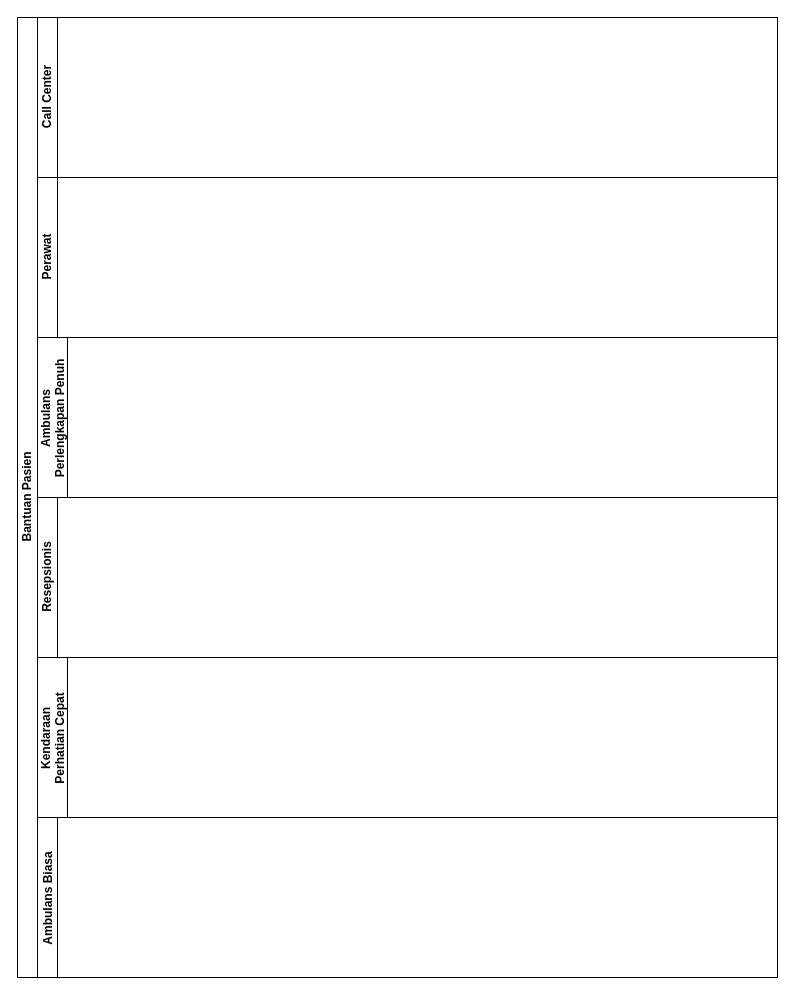
Before: Tugas/BPMN8.drawio in kucingtakucin/Proses-Bisnis-dan-SIM, a draw.io diagram. Source tidied: cells renumbered, new cells numbered last; positions are measured from the earlier drawing's top-left corner, leaving out a move shared by most shapes. Both pictures are drawn from the tidied source at 100%, with x=0, y=0 at pixel (17, 17).
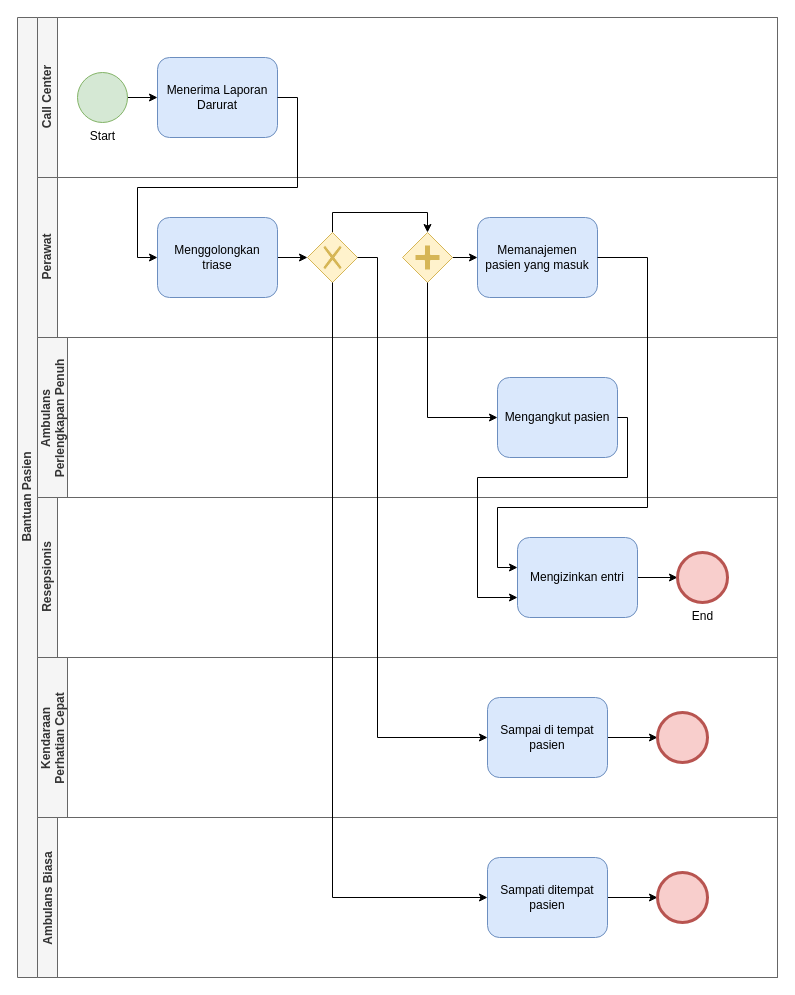
After the change.

Diff of the diagram source:
```diff
@@
-    <mxCell id="2" value="Bantuan Pasien" style="swimlane;html=1;horizontal=0;startSize=20;" parent="1" vertex="1">
+    <mxCell id="2" value="Bantuan Pasien" style="swimlane;html=1;horizontal=0;startSize=20;fillColor=#f5f5f5;strokeColor=#666666;fontColor=#333333;" parent="1" vertex="1">
       <mxGeometry width="760" height="960" as="geometry" />
     </mxCell>
-    <mxCell id="3" value="Call Center" style="swimlane;html=1;startSize=20;horizontal=0;" parent="2" vertex="1">
+    <mxCell id="3" value="Call Center" style="swimlane;html=1;startSize=20;horizontal=0;fillColor=#f5f5f5;strokeColor=#666666;fontColor=#333333;" parent="2" vertex="1">
       <mxGeometry x="20" width="740" height="160" as="geometry" />
     </mxCell>
+    <mxCell id="9" style="edgeStyle=orthogonalEdgeStyle;rounded=0;jettySize=auto;html=1;" parent="3" edge="1" source="10" target="11">
+      <mxGeometry relative="1" as="geometry" />
+    </mxCell>
+    <mxCell id="10" value="Start" style="shape=mxgraph.bpmn.shape;html=1;verticalLabelPosition=bottom;labelBackgroundColor=#ffffff;verticalAlign=top;align=center;perimeter=ellipsePerimeter;outlineConnect=0;outline=standard;symbol=general;fillColor=#d5e8d4;strokeColor=#82b366;" parent="3" vertex="1">
+      <mxGeometry x="40" y="55" width="50" height="50" as="geometry" />
+    </mxCell>
+    <mxCell id="11" value="Menerima Laporan Darurat" style="shape=ext;rounded=1;html=1;whiteSpace=wrap;fillColor=#dae8fc;strokeColor=#6c8ebf;" parent="3" vertex="1">
+      <mxGeometry x="120" y="40" width="120" height="80" as="geometry" />
+    </mxCell>
-    <mxCell id="4" value="Perawat" style="swimlane;html=1;startSize=20;horizontal=0;" parent="2" vertex="1">
+    <mxCell id="4" value="Perawat" style="swimlane;html=1;startSize=20;horizontal=0;fillColor=#f5f5f5;strokeColor=#666666;fontColor=#333333;" parent="2" vertex="1">
       <mxGeometry x="20" y="160" width="740" height="160" as="geometry" />
     </mxCell>
+    <mxCell id="12" style="edgeStyle=orthogonalEdgeStyle;rounded=0;jettySize=auto;html=1;" parent="4" edge="1" source="13" target="15">
+      <mxGeometry relative="1" as="geometry" />
+    </mxCell>
+    <mxCell id="13" value="Menggolongkan triase" style="shape=ext;rounded=1;html=1;whiteSpace=wrap;fillColor=#dae8fc;strokeColor=#6c8ebf;" parent="4" vertex="1">
+      <mxGeometry x="120" y="40" width="120" height="80" as="geometry" />
+    </mxCell>
+    <mxCell id="14" style="edgeStyle=orthogonalEdgeStyle;rounded=0;jettySize=auto;html=1;exitX=0.5;exitY=0;exitDx=0;exitDy=0;entryX=0.5;entryY=0;entryDx=0;entryDy=0;" parent="4" edge="1" source="15" target="17">
+      <mxGeometry relative="1" as="geometry" />
+    </mxCell>
+    <mxCell id="15" style="shape=mxgraph.bpmn.shape;html=1;verticalLabelPosition=bottom;labelBackgroundColor=#ffffff;verticalAlign=top;align=center;perimeter=rhombusPerimeter;background=gateway;outlineConnect=0;outline=none;symbol=exclusiveGw;fillColor=#fff2cc;strokeColor=#d6b656;" parent="4" vertex="1">
+      <mxGeometry x="270" y="55" width="50" height="50" as="geometry" />
+    </mxCell>
+    <mxCell id="16" style="edgeStyle=orthogonalEdgeStyle;rounded=0;jettySize=auto;html=1;" parent="4" edge="1" source="17" target="18">
+      <mxGeometry relative="1" as="geometry" />
+    </mxCell>
+    <mxCell id="17" style="shape=mxgraph.bpmn.shape;html=1;verticalLabelPosition=bottom;labelBackgroundColor=#ffffff;verticalAlign=top;align=center;perimeter=rhombusPerimeter;background=gateway;outlineConnect=0;outline=none;symbol=parallelGw;fillColor=#fff2cc;strokeColor=#d6b656;" parent="4" vertex="1">
+      <mxGeometry x="365" y="55" width="50" height="50" as="geometry" />
+    </mxCell>
+    <mxCell id="18" value="Memanajemen pasien yang masuk" style="shape=ext;rounded=1;html=1;whiteSpace=wrap;fillColor=#dae8fc;strokeColor=#6c8ebf;" parent="4" vertex="1">
+      <mxGeometry x="440" y="40" width="120" height="80" as="geometry" />
+    </mxCell>
-    <mxCell id="5" value="Ambulans&#10;Perlengkapan Penuh" style="swimlane;startSize=30;horizontal=0;" parent="2" vertex="1">
+    <mxCell id="5" value="Ambulans&#10;Perlengkapan Penuh" style="swimlane;startSize=30;horizontal=0;fillColor=#f5f5f5;strokeColor=#666666;fontColor=#333333;" parent="2" vertex="1">
       <mxGeometry x="20" y="320" width="740" height="160" as="geometry" />
     </mxCell>
+    <mxCell id="19" value="Mengangkut pasien" style="shape=ext;rounded=1;html=1;whiteSpace=wrap;fillColor=#dae8fc;strokeColor=#6c8ebf;" parent="5" vertex="1">
+      <mxGeometry x="460" y="40" width="120" height="80" as="geometry" />
+    </mxCell>
-    <mxCell id="6" value="Resepsionis" style="swimlane;html=1;startSize=20;horizontal=0;" parent="2" vertex="1">
+    <mxCell id="6" value="Resepsionis" style="swimlane;html=1;startSize=20;horizontal=0;fillColor=#f5f5f5;strokeColor=#666666;fontColor=#333333;" parent="2" vertex="1">
       <mxGeometry x="20" y="480" width="740" height="160" as="geometry" />
     </mxCell>
+    <mxCell id="20" style="edgeStyle=orthogonalEdgeStyle;rounded=0;jettySize=auto;html=1;" parent="6" edge="1" source="21" target="22">
+      <mxGeometry relative="1" as="geometry" />
+    </mxCell>
+    <mxCell id="21" value="Mengizinkan entri" style="shape=ext;rounded=1;html=1;whiteSpace=wrap;fillColor=#dae8fc;strokeColor=#6c8ebf;" parent="6" vertex="1">
+      <mxGeometry x="480" y="40" width="120" height="80" as="geometry" />
+    </mxCell>
+    <mxCell id="22" value="End" style="shape=mxgraph.bpmn.shape;html=1;verticalLabelPosition=bottom;labelBackgroundColor=#ffffff;verticalAlign=top;align=center;perimeter=ellipsePerimeter;outlineConnect=0;outline=end;symbol=general;fillColor=#f8cecc;strokeColor=#b85450;" parent="6" vertex="1">
+      <mxGeometry x="640" y="55" width="50" height="50" as="geometry" />
+    </mxCell>
-    <mxCell id="7" value="Kendaraan&#10;Perhatian Cepat" style="swimlane;startSize=30;horizontal=0;" parent="2" vertex="1">
+    <mxCell id="7" value="Kendaraan&#10;Perhatian Cepat" style="swimlane;startSize=30;horizontal=0;fillColor=#f5f5f5;strokeColor=#666666;fontColor=#333333;" parent="2" vertex="1">
       <mxGeometry x="20" y="640" width="740" height="160" as="geometry" />
     </mxCell>
+    <mxCell id="23" style="edgeStyle=orthogonalEdgeStyle;rounded=0;jettySize=auto;html=1;" parent="7" edge="1" source="24" target="25">
+      <mxGeometry relative="1" as="geometry" />
+    </mxCell>
+    <mxCell id="24" value="Sampai di tempat pasien" style="shape=ext;rounded=1;html=1;whiteSpace=wrap;fillColor=#dae8fc;strokeColor=#6c8ebf;" parent="7" vertex="1">
+      <mxGeometry x="450" y="40" width="120" height="80" as="geometry" />
+    </mxCell>
+    <mxCell id="25" style="shape=mxgraph.bpmn.shape;html=1;verticalLabelPosition=bottom;labelBackgroundColor=#ffffff;verticalAlign=top;align=center;perimeter=ellipsePerimeter;outlineConnect=0;outline=end;symbol=general;fillColor=#f8cecc;strokeColor=#b85450;" parent="7" vertex="1">
+      <mxGeometry x="620" y="55" width="50" height="50" as="geometry" />
+    </mxCell>
-    <mxCell id="8" value="Ambulans Biasa" style="swimlane;startSize=20;horizontal=0;" parent="2" vertex="1">
+    <mxCell id="8" value="Ambulans Biasa" style="swimlane;startSize=20;horizontal=0;fillColor=#f5f5f5;strokeColor=#666666;fontColor=#333333;" parent="2" vertex="1">
       <mxGeometry x="20" y="800" width="740" height="160" as="geometry" />
     </mxCell>
+    <mxCell id="26" style="edgeStyle=orthogonalEdgeStyle;rounded=0;jettySize=auto;html=1;" parent="8" edge="1" source="27" target="28">
+      <mxGeometry relative="1" as="geometry" />
+    </mxCell>
+    <mxCell id="27" value="Sampati ditempat pasien" style="shape=ext;rounded=1;html=1;whiteSpace=wrap;fillColor=#dae8fc;strokeColor=#6c8ebf;" parent="8" vertex="1">
+      <mxGeometry x="450" y="40" width="120" height="80" as="geometry" />
+    </mxCell>
+    <mxCell id="28" style="shape=mxgraph.bpmn.shape;html=1;verticalLabelPosition=bottom;labelBackgroundColor=#ffffff;verticalAlign=top;align=center;perimeter=ellipsePerimeter;outlineConnect=0;outline=end;symbol=general;fillColor=#f8cecc;strokeColor=#b85450;" parent="8" vertex="1">
+      <mxGeometry x="620" y="55" width="50" height="50" as="geometry" />
+    </mxCell>
+    <mxCell id="29" style="edgeStyle=orthogonalEdgeStyle;rounded=0;jettySize=auto;html=1;entryX=0;entryY=0.5;entryDx=0;entryDy=0;exitX=1;exitY=0.5;exitDx=0;exitDy=0;" parent="2" edge="1" source="11" target="13">
+      <mxGeometry relative="1" as="geometry">
+        <Array as="points">
+          <mxPoint x="280" y="80" />
+          <mxPoint x="280" y="170" />
+          <mxPoint x="120" y="170" />
+          <mxPoint x="120" y="240" />
+        </Array>
+      </mxGeometry>
+    </mxCell>
+    <mxCell id="30" style="edgeStyle=orthogonalEdgeStyle;rounded=0;jettySize=auto;html=1;entryX=0;entryY=0.5;entryDx=0;entryDy=0;" parent="2" edge="1" source="17" target="19">
+      <mxGeometry relative="1" as="geometry">
+        <Array as="points">
+          <mxPoint x="410" y="400" />
+        </Array>
+      </mxGeometry>
+    </mxCell>
+    <mxCell id="31" style="edgeStyle=orthogonalEdgeStyle;rounded=0;jettySize=auto;html=1;entryX=0;entryY=0.75;entryDx=0;entryDy=0;exitX=1;exitY=0.5;exitDx=0;exitDy=0;" parent="2" edge="1" source="19" target="21">
+      <mxGeometry relative="1" as="geometry">
+        <Array as="points">
+          <mxPoint x="610" y="400" />
+          <mxPoint x="610" y="460" />
+          <mxPoint x="460" y="460" />
+          <mxPoint x="460" y="580" />
+        </Array>
+      </mxGeometry>
+    </mxCell>
+    <mxCell id="32" style="edgeStyle=orthogonalEdgeStyle;rounded=0;jettySize=auto;html=1;entryX=0;entryY=0.375;entryDx=0;entryDy=0;entryPerimeter=0;" parent="2" edge="1" source="18" target="21">
+      <mxGeometry relative="1" as="geometry">
+        <Array as="points">
+          <mxPoint x="630" y="240" />
+          <mxPoint x="630" y="490" />
+          <mxPoint x="480" y="490" />
+          <mxPoint x="480" y="550" />
+        </Array>
+      </mxGeometry>
+    </mxCell>
+    <mxCell id="33" style="edgeStyle=orthogonalEdgeStyle;rounded=0;jettySize=auto;html=1;entryX=0;entryY=0.5;entryDx=0;entryDy=0;" parent="2" edge="1" source="15" target="27">
+      <mxGeometry relative="1" as="geometry">
+        <Array as="points">
+          <mxPoint x="315" y="880" />
+        </Array>
+      </mxGeometry>
+    </mxCell>
+    <mxCell id="34" style="edgeStyle=orthogonalEdgeStyle;rounded=0;jettySize=auto;html=1;entryX=0;entryY=0.5;entryDx=0;entryDy=0;" parent="2" edge="1" source="15" target="24">
+      <mxGeometry relative="1" as="geometry">
+        <Array as="points">
+          <mxPoint x="360" y="240" />
+          <mxPoint x="360" y="720" />
+        </Array>
+      </mxGeometry>
+    </mxCell>
```
